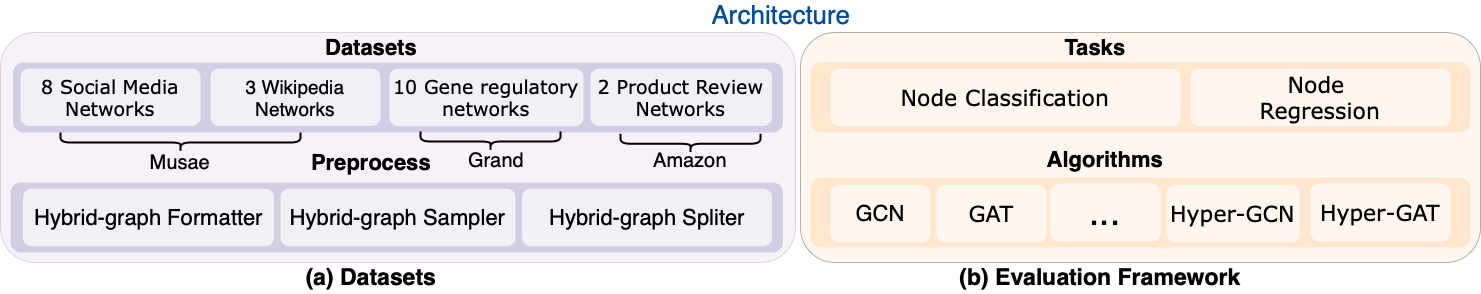
This is img/architecture.png from Zehui127/hybrid-graph-benchmark, a draw.io export, as it was before one commit. Source tidied: cells renumbered, new cells last; positions are measured from the earlier drawing's top-left corner, leaving out a move shared by most shapes. The source it was exported from:
```xml
<mxGraphModel>
  <root>
    <mxCell id="0" />
    <mxCell id="1" parent="0" />
    <mxCell id="2" style="rounded=1;whiteSpace=wrap;html=1;fillColor=#e1d5e7;strokeColor=#9673a6;strokeWidth=1;opacity=30;" parent="1" vertex="1">
      <mxGeometry y="32" width="795" height="230" as="geometry" />
    </mxCell>
    <mxCell id="3" style="rounded=1;whiteSpace=wrap;html=1;fillColor=#ffe6cc;strokeColor=default;strokeWidth=1;opacity=30;" parent="1" vertex="1">
      <mxGeometry x="800" y="32" width="680" height="230" as="geometry" />
    </mxCell>
    <mxCell id="4" value="&lt;font color=&quot;#004c99&quot;&gt;&lt;span style=&quot;caret-color: rgb(0, 76, 153); font-size: 26px;&quot;&gt;Architecture&lt;/span&gt;&lt;/font&gt;" style="text;html=1;strokeColor=none;fillColor=none;align=center;verticalAlign=middle;whiteSpace=wrap;rounded=0;" parent="1" vertex="1">
      <mxGeometry x="626" width="310" height="30" as="geometry" />
    </mxCell>
    <mxCell id="5" value="&lt;font size=&quot;1&quot;&gt;&lt;b style=&quot;font-size: 22px;&quot;&gt;Datasets&lt;/b&gt;&lt;/font&gt;" style="text;html=1;strokeColor=none;fillColor=none;align=center;verticalAlign=middle;whiteSpace=wrap;rounded=0;" parent="1" vertex="1">
      <mxGeometry x="312.5" y="32" width="116" height="30" as="geometry" />
    </mxCell>
    <mxCell id="6" style="rounded=1;whiteSpace=wrap;html=1;fillColor=#d0cee2;strokeColor=none;strokeWidth=4;" parent="1" vertex="1">
      <mxGeometry x="12.5" y="62" width="770" height="70" as="geometry" />
    </mxCell>
    <mxCell id="7" value="&lt;font style=&quot;font-size: 19px;&quot; face=&quot;Verdana&quot;&gt;10 Gene regulatory networks&lt;/font&gt;" style="rounded=1;whiteSpace=wrap;html=1;strokeWidth=1;strokeColor=none;opacity=70;" parent="1" vertex="1">
      <mxGeometry x="389" y="68.2" width="194" height="57.5" as="geometry" />
    </mxCell>
    <mxCell id="8" value="&lt;font style=&quot;font-size: 19px;&quot;&gt;3 Wikipedia Networks&lt;/font&gt;" style="rounded=1;whiteSpace=wrap;html=1;strokeWidth=1;strokeColor=none;opacity=70;" parent="1" vertex="1">
      <mxGeometry x="210" y="68" width="170" height="57.5" as="geometry" />
    </mxCell>
    <mxCell id="9" value="&lt;font style=&quot;font-size: 19px;&quot; face=&quot;Verdana&quot;&gt;2 Product Review Networks&lt;/font&gt;" style="rounded=1;whiteSpace=wrap;html=1;strokeWidth=1;opacity=70;strokeColor=none;" parent="1" vertex="1">
      <mxGeometry x="590" y="68" width="181.5" height="57.5" as="geometry" />
    </mxCell>
    <mxCell id="10" value="&lt;b&gt;&lt;font style=&quot;font-size: 22px;&quot;&gt;Preprocess&lt;/font&gt;&lt;/b&gt;" style="text;html=1;strokeColor=none;fillColor=none;align=center;verticalAlign=middle;whiteSpace=wrap;rounded=0;" parent="1" vertex="1">
      <mxGeometry x="312.5" y="147" width="116" height="30" as="geometry" />
    </mxCell>
    <mxCell id="11" style="rounded=1;whiteSpace=wrap;html=1;fillColor=#d0cee2;strokeColor=none;strokeWidth=4;" parent="1" vertex="1">
      <mxGeometry x="10" y="182" width="772.5" height="70" as="geometry" />
    </mxCell>
    <mxCell id="12" value="&lt;font style=&quot;font-size: 22px;&quot;&gt;Hybrid-graph&amp;nbsp;Spliter&lt;/font&gt;" style="rounded=1;whiteSpace=wrap;html=1;strokeWidth=1;opacity=70;strokeColor=none;" parent="1" vertex="1">
      <mxGeometry x="521.5" y="188.2" width="250" height="57.5" as="geometry" />
    </mxCell>
    <mxCell id="13" value="&lt;font style=&quot;font-size: 22px;&quot;&gt;Hybrid-graph Sampler&lt;/font&gt;" style="rounded=1;whiteSpace=wrap;html=1;strokeWidth=1;strokeColor=none;opacity=70;" parent="1" vertex="1">
      <mxGeometry x="280" y="188.2" width="235" height="57.5" as="geometry" />
    </mxCell>
    <mxCell id="14" value="&lt;font style=&quot;font-size: 22px;&quot;&gt;Hybrid-graph Formatter&lt;/font&gt;" style="rounded=1;whiteSpace=wrap;html=1;strokeWidth=1;strokeColor=none;opacity=70;" parent="1" vertex="1">
      <mxGeometry x="22.5" y="188.2" width="251" height="57.5" as="geometry" />
    </mxCell>
    <mxCell id="15" value="&lt;b&gt;&lt;font style=&quot;font-size: 22px;&quot;&gt;Tasks&lt;/font&gt;&lt;/b&gt;" style="text;html=1;strokeColor=none;fillColor=none;align=center;verticalAlign=middle;whiteSpace=wrap;rounded=0;" parent="1" vertex="1">
      <mxGeometry x="1037" y="32" width="116" height="30" as="geometry" />
    </mxCell>
    <mxCell id="16" style="rounded=1;whiteSpace=wrap;html=1;fillColor=#ffe6cc;strokeColor=none;strokeWidth=4;" parent="1" vertex="1">
      <mxGeometry x="810" y="62" width="660" height="70" as="geometry" />
    </mxCell>
    <mxCell id="17" value="&lt;font face=&quot;Verdana&quot; style=&quot;font-size: 22px;&quot;&gt;Node&amp;nbsp;&lt;br&gt;Regression&lt;/font&gt;" style="rounded=1;whiteSpace=wrap;html=1;strokeWidth=1;opacity=70;strokeColor=none;" parent="1" vertex="1">
      <mxGeometry x="1190" y="68.2" width="260" height="57.5" as="geometry" />
    </mxCell>
    <mxCell id="18" value="&lt;font style=&quot;font-size: 22px;&quot; face=&quot;Verdana&quot;&gt;Node Classification&lt;/font&gt;" style="rounded=1;whiteSpace=wrap;html=1;strokeWidth=1;opacity=70;strokeColor=none;" parent="1" vertex="1">
      <mxGeometry x="830" y="68.2" width="350" height="57.5" as="geometry" />
    </mxCell>
    <mxCell id="19" value="&lt;b&gt;&lt;font style=&quot;font-size: 22px;&quot;&gt;Algorithms&lt;/font&gt;&lt;/b&gt;" style="text;html=1;strokeColor=none;fillColor=none;align=center;verticalAlign=middle;whiteSpace=wrap;rounded=0;" parent="1" vertex="1">
      <mxGeometry x="1047" y="144" width="116" height="30" as="geometry" />
    </mxCell>
    <mxCell id="20" style="rounded=1;whiteSpace=wrap;html=1;fillColor=#ffe6cc;strokeColor=none;strokeWidth=4;" parent="1" vertex="1">
      <mxGeometry x="810" y="177" width="660" height="70" as="geometry" />
    </mxCell>
    <mxCell id="21" value="&lt;font style=&quot;font-size: 22px;&quot; face=&quot;Verdana&quot;&gt;Hyper-GCN&lt;/font&gt;" style="rounded=1;whiteSpace=wrap;html=1;strokeWidth=1;strokeColor=none;opacity=70;" parent="1" vertex="1">
      <mxGeometry x="1166" y="184.2" width="133" height="57.5" as="geometry" />
    </mxCell>
    <mxCell id="22" value="&lt;font style=&quot;font-size: 22px;&quot;&gt;GCN&lt;/font&gt;" style="rounded=1;whiteSpace=wrap;html=1;strokeWidth=1;opacity=70;strokeColor=none;" parent="1" vertex="1">
      <mxGeometry x="830" y="184.2" width="100" height="57.5" as="geometry" />
    </mxCell>
    <mxCell id="23" value="&lt;font style=&quot;font-size: 22px;&quot; face=&quot;Verdana&quot;&gt;Hyper-GAT&lt;/font&gt;" style="rounded=1;whiteSpace=wrap;html=1;strokeWidth=1;strokeColor=none;opacity=70;" parent="1" vertex="1">
      <mxGeometry x="1310" y="183.2" width="140" height="57.5" as="geometry" />
    </mxCell>
    <mxCell id="24" value="&lt;font style=&quot;font-size: 37px;&quot;&gt;...&lt;/font&gt;" style="rounded=1;whiteSpace=wrap;html=1;strokeWidth=1;opacity=70;strokeColor=none;" parent="1" vertex="1">
      <mxGeometry x="1050" y="183.2" width="110" height="57.5" as="geometry" />
    </mxCell>
    <mxCell id="25" value="&lt;font style=&quot;font-size: 22px;&quot; face=&quot;Verdana&quot;&gt;GAT&lt;/font&gt;" style="rounded=1;whiteSpace=wrap;html=1;strokeWidth=1;opacity=70;strokeColor=none;" parent="1" vertex="1">
      <mxGeometry x="936" y="184.2" width="110" height="57.5" as="geometry" />
    </mxCell>
    <mxCell id="26" value="&lt;font style=&quot;font-size: 19px;&quot; face=&quot;Verdana&quot;&gt;8 Social Media Networks&lt;/font&gt;" style="rounded=1;whiteSpace=wrap;html=1;strokeWidth=1;strokeColor=none;opacity=70;" parent="1" vertex="1">
      <mxGeometry x="20" y="68" width="180" height="57.5" as="geometry" />
    </mxCell>
    <mxCell id="27" value="&lt;font size=&quot;1&quot;&gt;&lt;b style=&quot;font-size: 23px;&quot;&gt;(a) Datasets&lt;/b&gt;&lt;/font&gt;" style="text;html=1;strokeColor=none;fillColor=none;align=center;verticalAlign=middle;whiteSpace=wrap;rounded=0;" parent="1" vertex="1">
      <mxGeometry x="282.5" y="262" width="176" height="30" as="geometry" />
    </mxCell>
    <mxCell id="28" value="&lt;font size=&quot;1&quot;&gt;&lt;b style=&quot;font-size: 23px;&quot;&gt;(b) Evaluation Framework&lt;/b&gt;&lt;/font&gt;" style="text;html=1;strokeColor=none;fillColor=none;align=center;verticalAlign=middle;whiteSpace=wrap;rounded=0;" parent="1" vertex="1">
      <mxGeometry x="950" y="262" width="300" height="30" as="geometry" />
    </mxCell>
    <mxCell id="29" style="shape=curlyBracket;whiteSpace=wrap;html=1;rounded=1;flipH=1;labelPosition=right;verticalLabelPosition=middle;align=left;verticalAlign=middle;rotation=90;strokeWidth=2;" parent="1" vertex="1">
      <mxGeometry x="170" y="22" width="20" height="240" as="geometry" />
    </mxCell>
    <mxCell id="30" value="&lt;font style=&quot;font-size: 20px;&quot;&gt;Musae&lt;/font&gt;" style="text;html=1;strokeColor=none;fillColor=none;align=center;verticalAlign=middle;whiteSpace=wrap;rounded=0;" parent="1" vertex="1">
      <mxGeometry x="150" y="147" width="60" height="30" as="geometry" />
    </mxCell>
    <mxCell id="31" value="&lt;font style=&quot;font-size: 20px;&quot;&gt;Grand&lt;/font&gt;" style="text;html=1;strokeColor=none;fillColor=none;align=center;verticalAlign=middle;whiteSpace=wrap;rounded=0;" parent="1" vertex="1">
      <mxGeometry x="466" y="145" width="60" height="30" as="geometry" />
    </mxCell>
    <mxCell id="32" value="&lt;font style=&quot;font-size: 20px;&quot;&gt;Amazon&lt;/font&gt;" style="text;html=1;strokeColor=none;fillColor=none;align=center;verticalAlign=middle;whiteSpace=wrap;rounded=0;" parent="1" vertex="1">
      <mxGeometry x="660" y="145" width="60" height="30" as="geometry" />
    </mxCell>
    <mxCell id="33" style="shape=curlyBracket;whiteSpace=wrap;html=1;rounded=1;flipH=1;labelPosition=right;verticalLabelPosition=middle;align=left;verticalAlign=middle;rotation=90;strokeWidth=2;" parent="1" vertex="1">
      <mxGeometry x="480" y="71" width="20" height="140" as="geometry" />
    </mxCell>
    <mxCell id="34" style="shape=curlyBracket;whiteSpace=wrap;html=1;rounded=1;flipH=1;labelPosition=right;verticalLabelPosition=middle;align=left;verticalAlign=middle;rotation=90;strokeWidth=2;" parent="1" vertex="1">
      <mxGeometry x="680" y="73.2" width="20" height="140" as="geometry" />
    </mxCell>
  </root>
</mxGraphModel>
```
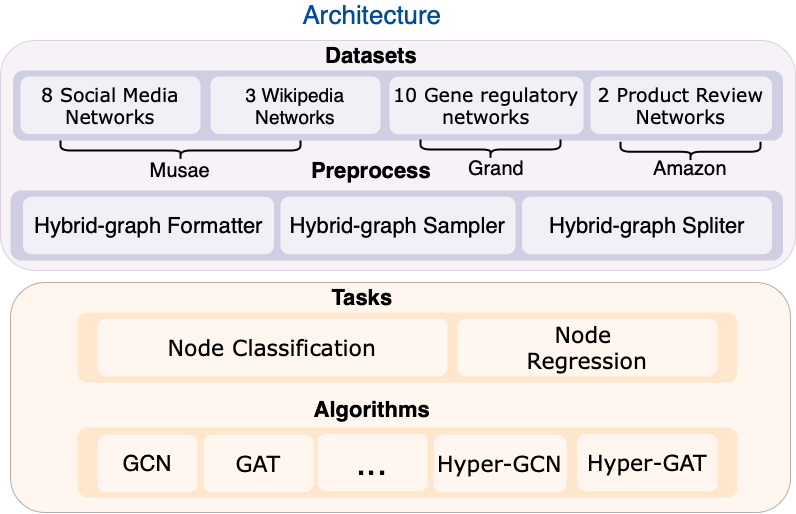
Later version of the same file.

The edit, as a diff of the source:
```diff
@@ -6,10 +6,10 @@
       <mxGeometry y="32" width="795" height="230" as="geometry" />
     </mxCell>
     <mxCell id="3" style="rounded=1;whiteSpace=wrap;html=1;fillColor=#ffe6cc;strokeColor=default;strokeWidth=1;opacity=30;" parent="1" vertex="1">
-      <mxGeometry x="800" y="32" width="680" height="230" as="geometry" />
+      <mxGeometry x="10" y="274" width="780" height="230" as="geometry" />
     </mxCell>
     <mxCell id="4" value="&lt;font color=&quot;#004c99&quot;&gt;&lt;span style=&quot;caret-color: rgb(0, 76, 153); font-size: 26px;&quot;&gt;Architecture&lt;/span&gt;&lt;/font&gt;" style="text;html=1;strokeColor=none;fillColor=none;align=center;verticalAlign=middle;whiteSpace=wrap;rounded=0;" parent="1" vertex="1">
-      <mxGeometry x="626" width="310" height="30" as="geometry" />
+      <mxGeometry x="217" y="-8" width="310" height="30" as="geometry" />
     </mxCell>
     <mxCell id="5" value="&lt;font size=&quot;1&quot;&gt;&lt;b style=&quot;font-size: 22px;&quot;&gt;Datasets&lt;/b&gt;&lt;/font&gt;" style="text;html=1;strokeColor=none;fillColor=none;align=center;verticalAlign=middle;whiteSpace=wrap;rounded=0;" parent="1" vertex="1">
       <mxGeometry x="312.5" y="32" width="116" height="30" as="geometry" />
@@ -42,47 +42,41 @@
       <mxGeometry x="22.5" y="188.2" width="251" height="57.5" as="geometry" />
     </mxCell>
     <mxCell id="15" value="&lt;b&gt;&lt;font style=&quot;font-size: 22px;&quot;&gt;Tasks&lt;/font&gt;&lt;/b&gt;" style="text;html=1;strokeColor=none;fillColor=none;align=center;verticalAlign=middle;whiteSpace=wrap;rounded=0;" parent="1" vertex="1">
-      <mxGeometry x="1037" y="32" width="116" height="30" as="geometry" />
+      <mxGeometry x="304" y="274" width="116" height="30" as="geometry" />
     </mxCell>
     <mxCell id="16" style="rounded=1;whiteSpace=wrap;html=1;fillColor=#ffe6cc;strokeColor=none;strokeWidth=4;" parent="1" vertex="1">
-      <mxGeometry x="810" y="62" width="660" height="70" as="geometry" />
+      <mxGeometry x="77" y="304" width="660" height="70" as="geometry" />
     </mxCell>
     <mxCell id="17" value="&lt;font face=&quot;Verdana&quot; style=&quot;font-size: 22px;&quot;&gt;Node&amp;nbsp;&lt;br&gt;Regression&lt;/font&gt;" style="rounded=1;whiteSpace=wrap;html=1;strokeWidth=1;opacity=70;strokeColor=none;" parent="1" vertex="1">
-      <mxGeometry x="1190" y="68.2" width="260" height="57.5" as="geometry" />
+      <mxGeometry x="457" y="310.2" width="260" height="57.5" as="geometry" />
     </mxCell>
     <mxCell id="18" value="&lt;font style=&quot;font-size: 22px;&quot; face=&quot;Verdana&quot;&gt;Node Classification&lt;/font&gt;" style="rounded=1;whiteSpace=wrap;html=1;strokeWidth=1;opacity=70;strokeColor=none;" parent="1" vertex="1">
-      <mxGeometry x="830" y="68.2" width="350" height="57.5" as="geometry" />
+      <mxGeometry x="97" y="310.2" width="350" height="57.5" as="geometry" />
     </mxCell>
     <mxCell id="19" value="&lt;b&gt;&lt;font style=&quot;font-size: 22px;&quot;&gt;Algorithms&lt;/font&gt;&lt;/b&gt;" style="text;html=1;strokeColor=none;fillColor=none;align=center;verticalAlign=middle;whiteSpace=wrap;rounded=0;" parent="1" vertex="1">
-      <mxGeometry x="1047" y="144" width="116" height="30" as="geometry" />
+      <mxGeometry x="314" y="386" width="116" height="30" as="geometry" />
     </mxCell>
     <mxCell id="20" style="rounded=1;whiteSpace=wrap;html=1;fillColor=#ffe6cc;strokeColor=none;strokeWidth=4;" parent="1" vertex="1">
-      <mxGeometry x="810" y="177" width="660" height="70" as="geometry" />
+      <mxGeometry x="77" y="419" width="660" height="70" as="geometry" />
     </mxCell>
     <mxCell id="21" value="&lt;font style=&quot;font-size: 22px;&quot; face=&quot;Verdana&quot;&gt;Hyper-GCN&lt;/font&gt;" style="rounded=1;whiteSpace=wrap;html=1;strokeWidth=1;strokeColor=none;opacity=70;" parent="1" vertex="1">
-      <mxGeometry x="1166" y="184.2" width="133" height="57.5" as="geometry" />
+      <mxGeometry x="433" y="426.2" width="133" height="57.5" as="geometry" />
     </mxCell>
     <mxCell id="22" value="&lt;font style=&quot;font-size: 22px;&quot;&gt;GCN&lt;/font&gt;" style="rounded=1;whiteSpace=wrap;html=1;strokeWidth=1;opacity=70;strokeColor=none;" parent="1" vertex="1">
-      <mxGeometry x="830" y="184.2" width="100" height="57.5" as="geometry" />
+      <mxGeometry x="97" y="426.2" width="100" height="57.5" as="geometry" />
     </mxCell>
     <mxCell id="23" value="&lt;font style=&quot;font-size: 22px;&quot; face=&quot;Verdana&quot;&gt;Hyper-GAT&lt;/font&gt;" style="rounded=1;whiteSpace=wrap;html=1;strokeWidth=1;strokeColor=none;opacity=70;" parent="1" vertex="1">
-      <mxGeometry x="1310" y="183.2" width="140" height="57.5" as="geometry" />
+      <mxGeometry x="577" y="425.2" width="140" height="57.5" as="geometry" />
     </mxCell>
     <mxCell id="24" value="&lt;font style=&quot;font-size: 37px;&quot;&gt;...&lt;/font&gt;" style="rounded=1;whiteSpace=wrap;html=1;strokeWidth=1;opacity=70;strokeColor=none;" parent="1" vertex="1">
-      <mxGeometry x="1050" y="183.2" width="110" height="57.5" as="geometry" />
+      <mxGeometry x="317" y="425.2" width="110" height="57.5" as="geometry" />
     </mxCell>
     <mxCell id="25" value="&lt;font style=&quot;font-size: 22px;&quot; face=&quot;Verdana&quot;&gt;GAT&lt;/font&gt;" style="rounded=1;whiteSpace=wrap;html=1;strokeWidth=1;opacity=70;strokeColor=none;" parent="1" vertex="1">
-      <mxGeometry x="936" y="184.2" width="110" height="57.5" as="geometry" />
+      <mxGeometry x="203" y="426.2" width="110" height="57.5" as="geometry" />
     </mxCell>
     <mxCell id="26" value="&lt;font style=&quot;font-size: 19px;&quot; face=&quot;Verdana&quot;&gt;8 Social Media Networks&lt;/font&gt;" style="rounded=1;whiteSpace=wrap;html=1;strokeWidth=1;strokeColor=none;opacity=70;" parent="1" vertex="1">
       <mxGeometry x="20" y="68" width="180" height="57.5" as="geometry" />
     </mxCell>
-    <mxCell id="27" value="&lt;font size=&quot;1&quot;&gt;&lt;b style=&quot;font-size: 23px;&quot;&gt;(a) Datasets&lt;/b&gt;&lt;/font&gt;" style="text;html=1;strokeColor=none;fillColor=none;align=center;verticalAlign=middle;whiteSpace=wrap;rounded=0;" parent="1" vertex="1">
-      <mxGeometry x="282.5" y="262" width="176" height="30" as="geometry" />
-    </mxCell>
-    <mxCell id="28" value="&lt;font size=&quot;1&quot;&gt;&lt;b style=&quot;font-size: 23px;&quot;&gt;(b) Evaluation Framework&lt;/b&gt;&lt;/font&gt;" style="text;html=1;strokeColor=none;fillColor=none;align=center;verticalAlign=middle;whiteSpace=wrap;rounded=0;" parent="1" vertex="1">
-      <mxGeometry x="950" y="262" width="300" height="30" as="geometry" />
-    </mxCell>
     <mxCell id="29" style="shape=curlyBracket;whiteSpace=wrap;html=1;rounded=1;flipH=1;labelPosition=right;verticalLabelPosition=middle;align=left;verticalAlign=middle;rotation=90;strokeWidth=2;" parent="1" vertex="1">
       <mxGeometry x="170" y="22" width="20" height="240" as="geometry" />
     </mxCell>
```
